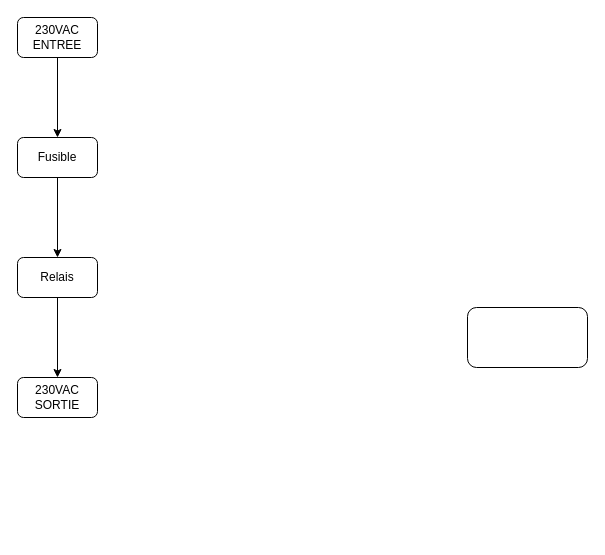
Above: doc/schemas-blocs/2312_SchemaBloc_Hardware.drawio in Miguel-SLO/2312_BadgePlace (draw.io), before the change. Source tidied: cells renumbered, new cells numbered last; positions are measured from the earlier drawing's top-left corner, leaving out a move shared by most shapes. Both pictures are drawn from the tidied source at 100%, with x=0, y=0 at pixel (17, 17).
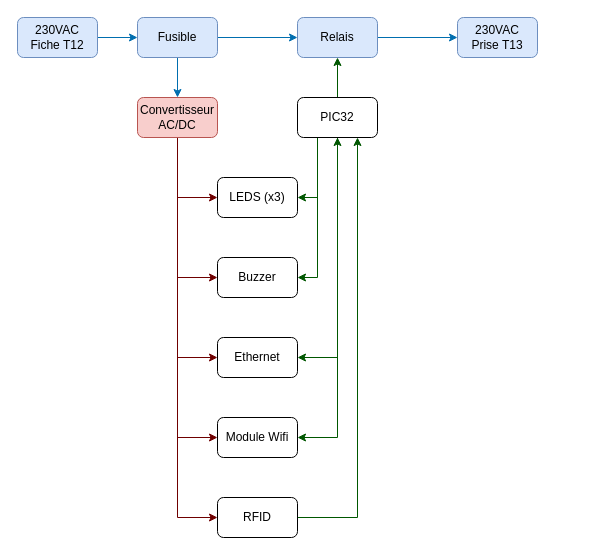
Above is the later version.

Change to the diagram source:
```diff
@@
-    <mxCell id="2" style="edgeStyle=orthogonalEdgeStyle;rounded=0;jettySize=auto;html=1;" parent="1" edge="1" source="3" target="5">
+    <mxCell id="2" style="edgeStyle=orthogonalEdgeStyle;rounded=0;jettySize=auto;html=1;fillColor=#1ba1e2;strokeColor=#006EAF;" parent="1" edge="1" source="3" target="5">
       <mxGeometry relative="1" as="geometry" />
     </mxCell>
-    <mxCell id="3" value="230VAC&lt;br&gt;ENTREE" style="rounded=1;whiteSpace=wrap;html=1;" parent="1" vertex="1">
+    <mxCell id="3" value="230VAC&lt;br&gt;Fiche T12" style="rounded=1;whiteSpace=wrap;html=1;fillColor=#dae8fc;strokeColor=#6c8ebf;" parent="1" vertex="1">
       <mxGeometry width="80" height="40" as="geometry" />
     </mxCell>
-    <mxCell id="4" style="edgeStyle=orthogonalEdgeStyle;rounded=0;jettySize=auto;html=1;" parent="1" edge="1" source="5" target="7">
+    <mxCell id="4" style="edgeStyle=orthogonalEdgeStyle;rounded=0;jettySize=auto;html=1;fillColor=#1ba1e2;strokeColor=#006EAF;" parent="1" edge="1" source="5" target="7">
       <mxGeometry relative="1" as="geometry" />
     </mxCell>
+    <mxCell id="10" style="edgeStyle=orthogonalEdgeStyle;rounded=0;jettySize=auto;html=1;fillColor=#1ba1e2;strokeColor=#006EAF;" parent="1" edge="1" source="5" target="9">
+      <mxGeometry relative="1" as="geometry" />
+    </mxCell>
-    <mxCell id="5" value="Fusible" style="rounded=1;whiteSpace=wrap;html=1;" parent="1" vertex="1">
-      <mxGeometry y="120" width="80" height="40" as="geometry" />
+    <mxCell id="5" value="Fusible" style="rounded=1;whiteSpace=wrap;html=1;fillColor=#dae8fc;strokeColor=#6c8ebf;" parent="1" vertex="1">
+      <mxGeometry x="120" width="80" height="40" as="geometry" />
     </mxCell>
-    <mxCell id="6" style="edgeStyle=orthogonalEdgeStyle;rounded=0;jettySize=auto;html=1;" parent="1" edge="1" source="7" target="8">
+    <mxCell id="6" style="edgeStyle=orthogonalEdgeStyle;rounded=0;jettySize=auto;html=1;fillColor=#1ba1e2;strokeColor=#006EAF;" parent="1" edge="1" source="7" target="8">
       <mxGeometry relative="1" as="geometry" />
     </mxCell>
-    <mxCell id="7" value="Relais" style="rounded=1;whiteSpace=wrap;html=1;" parent="1" vertex="1">
-      <mxGeometry y="240" width="80" height="40" as="geometry" />
+    <mxCell id="7" value="Relais" style="rounded=1;whiteSpace=wrap;html=1;fillColor=#dae8fc;strokeColor=#6c8ebf;" parent="1" vertex="1">
+      <mxGeometry x="280" width="80" height="40" as="geometry" />
     </mxCell>
-    <mxCell id="8" value="230VAC&lt;br&gt;SORTIE" style="rounded=1;whiteSpace=wrap;html=1;" parent="1" vertex="1">
-      <mxGeometry y="360" width="80" height="40" as="geometry" />
+    <mxCell id="8" value="230VAC&lt;br&gt;Prise T13" style="rounded=1;whiteSpace=wrap;html=1;fillColor=#dae8fc;strokeColor=#6c8ebf;" parent="1" vertex="1">
+      <mxGeometry x="440" width="80" height="40" as="geometry" />
     </mxCell>
+    <mxCell id="11" style="edgeStyle=orthogonalEdgeStyle;rounded=0;jettySize=auto;html=1;exitX=0.5;exitY=1;exitDx=0;exitDy=0;entryX=0;entryY=0.5;entryDx=0;entryDy=0;fillColor=#a20025;strokeColor=#6F0000;" parent="1" edge="1" source="9" target="22">
+      <mxGeometry relative="1" as="geometry" />
+    </mxCell>
+    <mxCell id="12" style="edgeStyle=orthogonalEdgeStyle;rounded=0;jettySize=auto;html=1;exitX=0.5;exitY=1;exitDx=0;exitDy=0;entryX=0;entryY=0.5;entryDx=0;entryDy=0;fillColor=#a20025;strokeColor=#6F0000;" parent="1" edge="1" source="9" target="23">
+      <mxGeometry relative="1" as="geometry" />
+    </mxCell>
+    <mxCell id="13" style="edgeStyle=orthogonalEdgeStyle;rounded=0;jettySize=auto;html=1;exitX=0.5;exitY=1;exitDx=0;exitDy=0;entryX=0;entryY=0.5;entryDx=0;entryDy=0;fillColor=#a20025;strokeColor=#6F0000;" parent="1" edge="1" source="9" target="24">
+      <mxGeometry relative="1" as="geometry" />
+    </mxCell>
+    <mxCell id="14" style="edgeStyle=orthogonalEdgeStyle;rounded=0;jettySize=auto;html=1;exitX=0.5;exitY=1;exitDx=0;exitDy=0;entryX=0;entryY=0.5;entryDx=0;entryDy=0;fillColor=#a20025;strokeColor=#6F0000;" parent="1" edge="1" source="9" target="25">
+      <mxGeometry relative="1" as="geometry" />
+    </mxCell>
+    <mxCell id="15" style="edgeStyle=orthogonalEdgeStyle;rounded=0;jettySize=auto;html=1;exitX=0.5;exitY=1;exitDx=0;exitDy=0;entryX=0;entryY=0.5;entryDx=0;entryDy=0;fillColor=#a20025;strokeColor=#6F0000;" parent="1" edge="1" source="9" target="27">
+      <mxGeometry relative="1" as="geometry" />
+    </mxCell>
-    <mxCell id="9" style="rounded=1;whiteSpace=wrap;html=1;" parent="1" vertex="1">
-      <mxGeometry x="450" y="290" width="120" height="60" as="geometry" />
+    <mxCell id="9" value="Convertisseur AC/DC" style="rounded=1;whiteSpace=wrap;html=1;fillColor=#f8cecc;strokeColor=#b85450;" parent="1" vertex="1">
+      <mxGeometry x="120" y="80" width="80" height="40" as="geometry" />
     </mxCell>
+    <mxCell id="16" style="edgeStyle=orthogonalEdgeStyle;rounded=0;jettySize=auto;html=1;fillColor=#008a00;strokeColor=#005700;" parent="1" edge="1" source="21" target="7">
+      <mxGeometry relative="1" as="geometry" />
+    </mxCell>
+    <mxCell id="17" style="edgeStyle=orthogonalEdgeStyle;rounded=0;jettySize=auto;html=1;exitX=0.25;exitY=1;exitDx=0;exitDy=0;entryX=1;entryY=0.5;entryDx=0;entryDy=0;fillColor=#008a00;strokeColor=#005700;" parent="1" edge="1" source="21" target="23">
+      <mxGeometry relative="1" as="geometry" />
+    </mxCell>
+    <mxCell id="18" style="edgeStyle=orthogonalEdgeStyle;rounded=0;jettySize=auto;html=1;exitX=0.5;exitY=1;exitDx=0;exitDy=0;entryX=1;entryY=0.5;entryDx=0;entryDy=0;fillColor=#008a00;strokeColor=#005700;" parent="1" edge="1" source="21" target="24">
+      <mxGeometry relative="1" as="geometry" />
+    </mxCell>
+    <mxCell id="19" style="edgeStyle=orthogonalEdgeStyle;rounded=0;jettySize=auto;html=1;exitX=0.25;exitY=1;exitDx=0;exitDy=0;entryX=1;entryY=0.5;entryDx=0;entryDy=0;fillColor=#008a00;strokeColor=#005700;" parent="1" edge="1" source="21" target="22">
+      <mxGeometry relative="1" as="geometry" />
+    </mxCell>
+    <mxCell id="20" style="edgeStyle=orthogonalEdgeStyle;rounded=0;jettySize=auto;html=1;exitX=0.5;exitY=1;exitDx=0;exitDy=0;entryX=1;entryY=0.5;entryDx=0;entryDy=0;startArrow=classic;startFill=1;fillColor=#008a00;strokeColor=#005700;" parent="1" edge="1" source="21" target="25">
+      <mxGeometry relative="1" as="geometry" />
+    </mxCell>
+    <mxCell id="21" value="PIC32" style="rounded=1;whiteSpace=wrap;html=1;" parent="1" vertex="1">
+      <mxGeometry x="280" y="80" width="80" height="40" as="geometry" />
+    </mxCell>
+    <mxCell id="22" value="LEDS (x3)" style="rounded=1;whiteSpace=wrap;html=1;" parent="1" vertex="1">
+      <mxGeometry x="200" y="160" width="80" height="40" as="geometry" />
+    </mxCell>
+    <mxCell id="23" value="Buzzer" style="rounded=1;whiteSpace=wrap;html=1;" parent="1" vertex="1">
+      <mxGeometry x="200" y="240" width="80" height="40" as="geometry" />
+    </mxCell>
+    <mxCell id="24" value="Ethernet" style="rounded=1;whiteSpace=wrap;html=1;" parent="1" vertex="1">
+      <mxGeometry x="200" y="320" width="80" height="40" as="geometry" />
+    </mxCell>
+    <mxCell id="25" value="Module Wifi" style="rounded=1;whiteSpace=wrap;html=1;" parent="1" vertex="1">
+      <mxGeometry x="200" y="400" width="80" height="40" as="geometry" />
+    </mxCell>
+    <mxCell id="26" style="edgeStyle=orthogonalEdgeStyle;rounded=0;jettySize=auto;html=1;exitX=1;exitY=0.5;exitDx=0;exitDy=0;entryX=0.75;entryY=1;entryDx=0;entryDy=0;fillColor=#008a00;strokeColor=#005700;" parent="1" edge="1" source="27" target="21">
+      <mxGeometry relative="1" as="geometry" />
+    </mxCell>
+    <mxCell id="27" value="RFID" style="rounded=1;whiteSpace=wrap;html=1;" parent="1" vertex="1">
+      <mxGeometry x="200" y="480" width="80" height="40" as="geometry" />
+    </mxCell>
```
